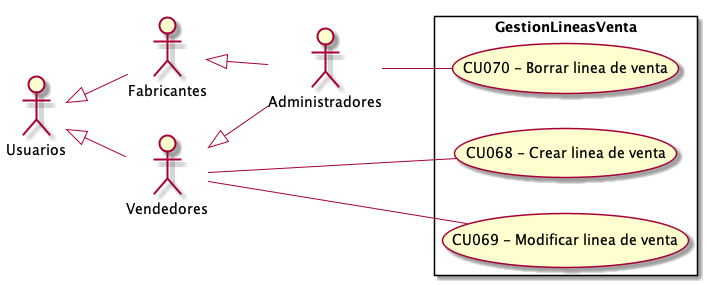
Above: Informe Final/Imagenes/ModeladoDeCasosDeUso/DiagramaDeCasosDeUso/GestionLineasVenta.png in ZMGestion/DocumentacionZMGestion (PlantUML), before the change.
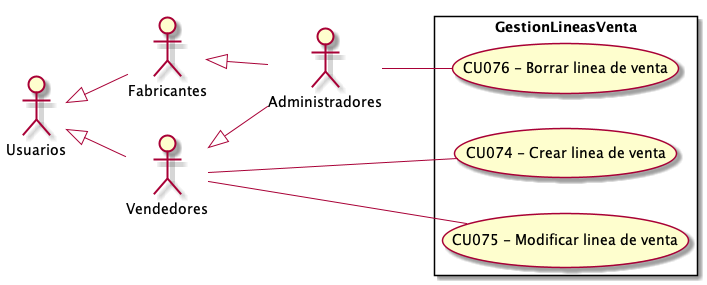
After the change.

Diff of the diagram source:
```diff
@@ -13,9 +13,9 @@
  left to right direction
 
 rectangle GestionLineasVenta{
-    UseCase "CU068 - Crear linea de venta" as C
-    UseCase "CU069 - Modificar linea de venta" as M
-    UseCase "CU070 - Borrar linea de venta" as B
+    UseCase "CU074 - Crear linea de venta" as C
+    UseCase "CU075 - Modificar linea de venta" as M
+    UseCase "CU076 - Borrar linea de venta" as B
 }
     Vendedores -- C
     Administradores -- B
```
